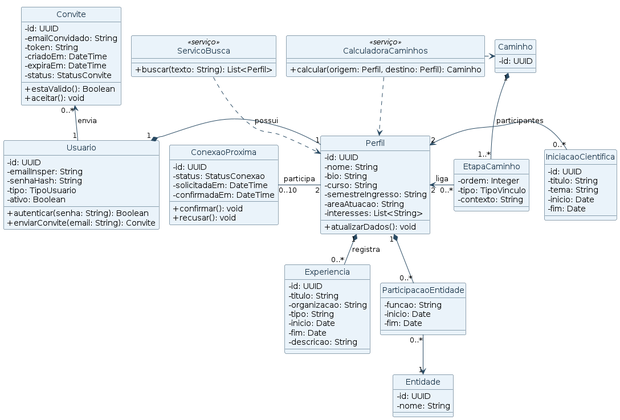
Daniel-Vinicius/grafo_net_api keeps this PlantUML diagram as docs/04-classes-grafonet.png. Above is the earlier version. Its diagram source:
```plantuml
@startuml
!pragma layout smetana
top to bottom direction

skinparam backgroundColor white
skinparam shadowing false
skinparam linetype ortho
skinparam defaultFontName Arial
skinparam nodesep 65
skinparam ranksep 65
skinparam ArrowColor #294A63
skinparam ClassBorderColor #294A63
skinparam ClassBackgroundColor #EAF3FA
skinparam ClassFontColor #173247
skinparam ClassAttributeIconSize 0

hide circle

class Usuario {
  - id: UUID
  - emailInsper: String
  - senhaHash: String
  - tipo: TipoUsuario
  - ativo: Boolean
  + autenticar(senha: String): Boolean
  + enviarConvite(email: String): Convite
}

class Convite {
  - id: UUID
  - emailConvidado: String
  - token: String
  - criadoEm: DateTime
  - expiraEm: DateTime
  - status: StatusConvite
  + estaValido(): Boolean
  + aceitar(): void
}

class Perfil {
  - id: UUID
  - nome: String
  - bio: String
  - curso: String
  - semestreIngresso: String
  - areaAtuacao: String
  - interesses: List<String>
  + atualizarDados(): void
}

class Experiencia {
  - id: UUID
  - titulo: String
  - organizacao: String
  - tipo: String
  - inicio: Date
  - fim: Date
  - descricao: String
}

class Entidade {
  - id: UUID
  - nome: String
}

class ParticipacaoEntidade {
  - funcao: String
  - inicio: Date
  - fim: Date
}

class IniciacaoCientifica {
  - id: UUID
  - titulo: String
  - tema: String
  - inicio: Date
  - fim: Date
}

class ConexaoProxima {
  - id: UUID
  - status: StatusConexao
  - solicitadaEm: DateTime
  - confirmadaEm: DateTime
  + confirmar(): void
  + recusar(): void
}

class ServicoBusca <<serviço>> {
  + buscar(texto: String): List<Perfil>
}

class CalculadoraCaminhos <<serviço>> {
  + calcular(origem: Perfil, destino: Perfil): Caminho
}

class Caminho {
  - id: UUID
}

class EtapaCaminho {
  - ordem: Integer
  - tipo: TipoVinculo
  - contexto: String
}

Usuario "1" *-right- "1" Perfil : possui
Usuario "1" -up-> "0..*" Convite : envia

Perfil "1" *-down- "0..*" Experiencia : registra
Perfil "1" *-down- "0..*" ParticipacaoEntidade
ParticipacaoEntidade "0..*" -down-> "1" Entidade
IniciacaoCientifica "0..*" -left-> "2" Perfil : participantes

Perfil "2" -left- "0..10" ConexaoProxima : participa

ServicoBusca .down.> Perfil
CalculadoraCaminhos .down.> Perfil
CalculadoraCaminhos .right.> Caminho
Caminho "1" *-down- "1..*" EtapaCaminho
EtapaCaminho "0..*" -left-> "2" Perfil : liga

@enduml
```
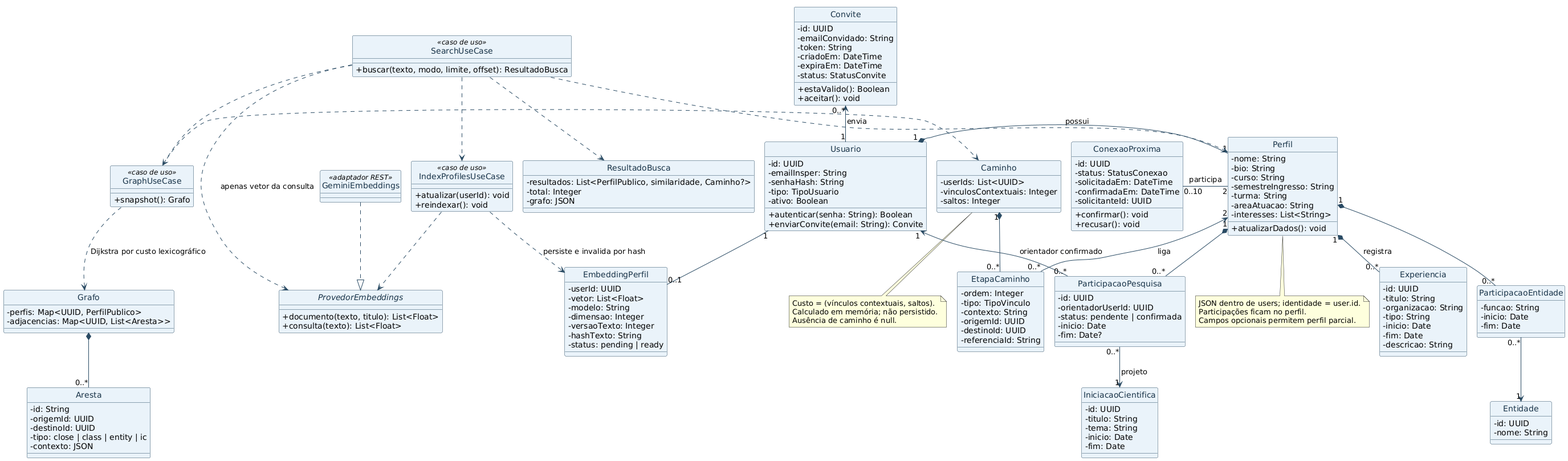
After the change.

What changed in the source:
```diff
@@ -38,11 +38,11 @@
 }
 
 class Perfil {
-  - id: UUID
   - nome: String
   - bio: String
   - curso: String
   - semestreIngresso: String
+  - turma: String
   - areaAtuacao: String
   - interesses: List<String>
   + atualizarDados(): void
@@ -77,31 +77,86 @@
   - fim: Date
 }
 
+class ParticipacaoPesquisa {
+  - id: UUID
+  - orientadorUserId: UUID
+  - status: pendente | confirmada
+  - inicio: Date
+  - fim: Date?
+}
+
 class ConexaoProxima {
   - id: UUID
   - status: StatusConexao
   - solicitadaEm: DateTime
   - confirmadaEm: DateTime
+  - solicitanteId: UUID
   + confirmar(): void
   + recusar(): void
 }
 
-class ServicoBusca <<serviço>> {
-  + buscar(texto: String): List<Perfil>
+class SearchUseCase <<caso de uso>> {
+  + buscar(texto, modo, limite, offset): ResultadoBusca
 }
 
-class CalculadoraCaminhos <<serviço>> {
-  + calcular(origem: Perfil, destino: Perfil): Caminho
+class GraphUseCase <<caso de uso>> {
+  + snapshot(): Grafo
 }
 
 class Caminho {
-  - id: UUID
+  - userIds: List<UUID>
+  - vinculosContextuais: Integer
+  - saltos: Integer
 }
 
 class EtapaCaminho {
   - ordem: Integer
   - tipo: TipoVinculo
   - contexto: String
+  - origemId: UUID
+  - destinoId: UUID
+  - referenciaId: String
+}
+
+class Aresta {
+  - id: String
+  - origemId: UUID
+  - destinoId: UUID
+  - tipo: close | class | entity | ic
+  - contexto: JSON
+}
+
+class Grafo {
+  - perfis: Map<UUID, PerfilPublico>
+  - adjacencias: Map<UUID, List<Aresta>>
+}
+
+class EmbeddingPerfil {
+  - userId: UUID
+  - vetor: List<Float>
+  - modelo: String
+  - dimensao: Integer
+  - versaoTexto: Integer
+  - hashTexto: String
+  - status: pending | ready
+}
+
+class IndexProfilesUseCase <<caso de uso>> {
+  + atualizar(userId): void
+  + reindexar(): void
+}
+
+interface ProvedorEmbeddings {
+  + documento(texto, titulo): List<Float>
+  + consulta(texto): List<Float>
+}
+
+class GeminiEmbeddings <<adaptador REST>>
+
+class ResultadoBusca {
+  - resultados: List<PerfilPublico, similaridade, Caminho?>
+  - total: Integer
+  - grafo: JSON
 }
 
 Usuario "1" *-right- "1" Perfil : possui
@@ -110,14 +165,37 @@
 Perfil "1" *-down- "0..*" Experiencia : registra
 Perfil "1" *-down- "0..*" ParticipacaoEntidade
 ParticipacaoEntidade "0..*" -down-> "1" Entidade
-IniciacaoCientifica "0..*" -left-> "2" Perfil : participantes
+Perfil "1" *-- "0..*" ParticipacaoPesquisa
+ParticipacaoPesquisa "0..*" --> "1" IniciacaoCientifica : projeto
+ParticipacaoPesquisa "0..*" --> "1" Usuario : orientador confirmado
 
 Perfil "2" -left- "0..10" ConexaoProxima : participa
 
-ServicoBusca .down.> Perfil
-CalculadoraCaminhos .down.> Perfil
-CalculadoraCaminhos .right.> Caminho
-Caminho "1" *-down- "1..*" EtapaCaminho
+SearchUseCase .down.> Perfil
+SearchUseCase ..> ResultadoBusca
+SearchUseCase ..> IndexProfilesUseCase
+SearchUseCase ..> GraphUseCase
+GraphUseCase .down.> Grafo : Dijkstra por custo lexicográfico
+GraphUseCase .right.> Caminho
+Caminho "1" *-down- "0..*" EtapaCaminho
 EtapaCaminho "0..*" -left-> "2" Perfil : liga
+Grafo *-- "0..*" Aresta
+IndexProfilesUseCase ..> EmbeddingPerfil : persiste e invalida por hash
+IndexProfilesUseCase ..> ProvedorEmbeddings
+SearchUseCase ..> ProvedorEmbeddings : apenas vetor da consulta
+GeminiEmbeddings ..|> ProvedorEmbeddings
+Usuario "1" -- "0..1" EmbeddingPerfil
+
+note bottom of Perfil
+  JSON dentro de users; identidade = user.id.
+  Participações ficam no perfil.
+  Campos opcionais permitem perfil parcial.
+end note
+
+note bottom of Caminho
+  Custo = (vínculos contextuais, saltos).
+  Calculado em memória; não persistido.
+  Ausência de caminho é null.
+end note
 
 @enduml
```
